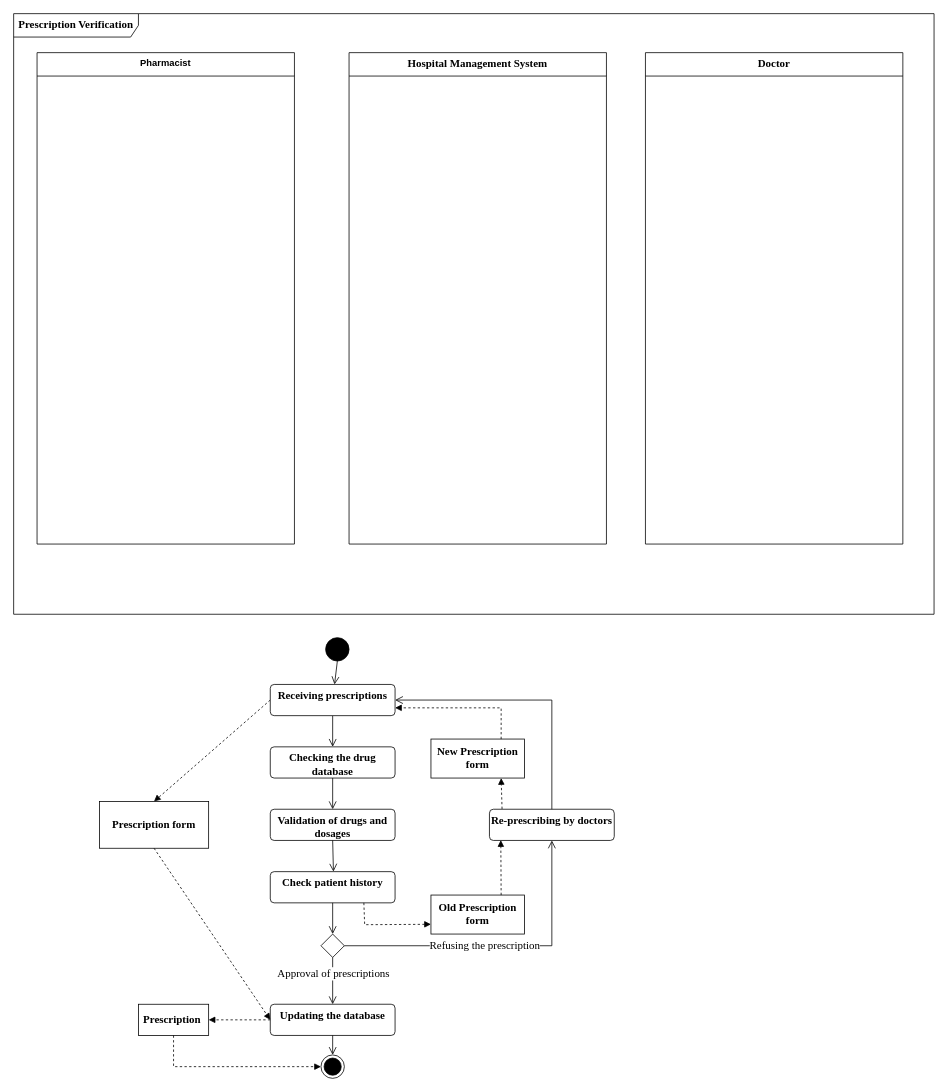
Earlier version of the draw.io diagram Activity Diagram.drawio (FOMOKN/Software-Engineering). Source tidied: cells renumbered, new cells numbered last; positions are measured from the earlier drawing's top-left corner, leaving out a move shared by most shapes. Both pictures are drawn from the tidied source at 78%, with x=0, y=0 at pixel (13, 13).
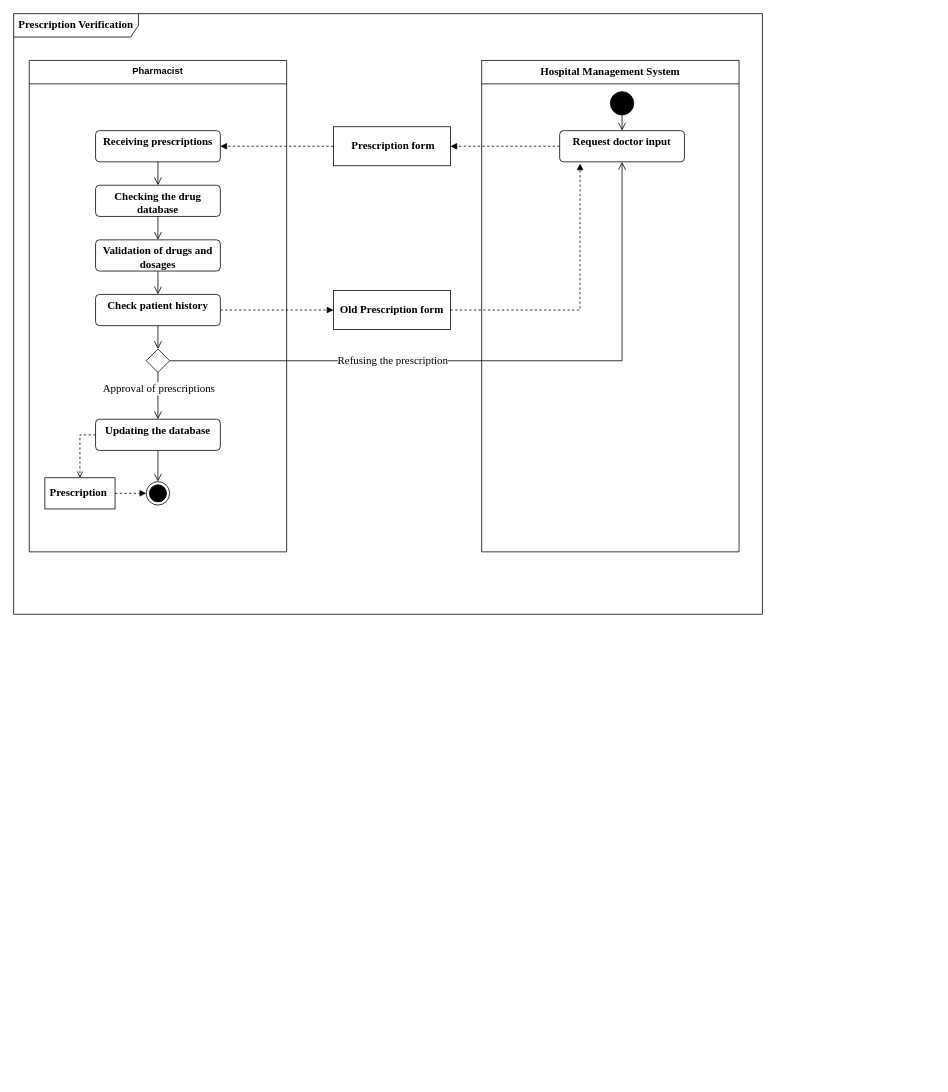
After the change.

What changed in the source:
```diff
@@
+    <mxCell id="32" value="&lt;font size=&quot;1&quot; face=&quot;Times New Roman&quot;&gt;&lt;b style=&quot;font-size: 14px;&quot;&gt;Prescription Verification&lt;/b&gt;&lt;/font&gt;" style="shape=umlFrame;whiteSpace=wrap;html=1;width=160;" parent="1" vertex="1">
+      <mxGeometry width="960" height="770" as="geometry" />
+    </mxCell>
+    <mxCell id="35" style="ellipse;fillColor=strokeColor;html=1;" parent="32" vertex="1">
+      <mxGeometry x="765" y="100" width="30" height="30" as="geometry" />
+    </mxCell>
-    <mxCell id="2" value="Checking the drug database" style="html=1;align=center;verticalAlign=top;rounded=1;absoluteArcSize=1;arcSize=10;dashed=0;whiteSpace=wrap;fontFamily=Times New Roman;fontSize=14;fontStyle=1;" parent="1" vertex="1">
-      <mxGeometry x="329" y="940" width="160" height="40" as="geometry" />
+    <mxCell id="2" value="Checking the drug database" style="html=1;align=center;verticalAlign=top;rounded=1;absoluteArcSize=1;arcSize=10;dashed=0;whiteSpace=wrap;fontFamily=Times New Roman;fontSize=14;fontStyle=1;" parent="32" vertex="1">
+      <mxGeometry x="105" y="220" width="160" height="40" as="geometry" />
     </mxCell>
-    <mxCell id="3" value="Validation of drugs and dosages" style="html=1;align=center;verticalAlign=top;rounded=1;absoluteArcSize=1;arcSize=10;dashed=0;whiteSpace=wrap;fontSize=14;fontFamily=Times New Roman;fontStyle=1;" parent="1" vertex="1">
-      <mxGeometry x="329" y="1020" width="160" height="40" as="geometry" />
+    <mxCell id="3" value="Validation of drugs and dosages" style="html=1;align=center;verticalAlign=top;rounded=1;absoluteArcSize=1;arcSize=10;dashed=0;whiteSpace=wrap;fontSize=14;fontFamily=Times New Roman;fontStyle=1;" parent="32" vertex="1">
+      <mxGeometry x="105" y="290" width="160" height="40" as="geometry" />
     </mxCell>
+    <mxCell id="9" style="endArrow=open;startArrow=none;endFill=0;startFill=0;endSize=8;html=1;verticalAlign=bottom;labelBackgroundColor=none;strokeWidth=1;rounded=0;exitX=0.5;exitY=1;exitDx=0;exitDy=0;entryX=0.5;entryY=0;entryDx=0;entryDy=0;" parent="32" edge="1" source="2" target="3">
+      <mxGeometry relative="1" as="geometry" />
+    </mxCell>
+    <mxCell id="37" value="Receiving prescriptions" style="html=1;align=center;verticalAlign=top;rounded=1;absoluteArcSize=1;arcSize=10;dashed=0;whiteSpace=wrap;fontFamily=Times New Roman;fontSize=14;fontStyle=1;" parent="32" vertex="1">
+      <mxGeometry x="105" y="150" width="160" height="40" as="geometry" />
+    </mxCell>
+    <mxCell id="38" style="endArrow=open;startArrow=none;endFill=0;startFill=0;endSize=8;html=1;verticalAlign=bottom;labelBackgroundColor=none;strokeWidth=1;rounded=0;exitX=0.5;exitY=1;exitDx=0;exitDy=0;entryX=0.5;entryY=0;entryDx=0;entryDy=0;" parent="32" edge="1" source="35" target="40">
+      <mxGeometry relative="1" as="geometry" />
+    </mxCell>
+    <mxCell id="8" style="endArrow=open;startArrow=none;endFill=0;startFill=0;endSize=8;html=1;verticalAlign=bottom;labelBackgroundColor=none;strokeWidth=1;rounded=0;exitX=0.5;exitY=1;exitDx=0;exitDy=0;entryX=0.5;entryY=0;entryDx=0;entryDy=0;" parent="32" edge="1" source="37" target="2">
+      <mxGeometry relative="1" as="geometry" />
+    </mxCell>
-    <mxCell id="4" value="Check patient history" style="html=1;align=center;verticalAlign=top;rounded=1;absoluteArcSize=1;arcSize=10;dashed=0;whiteSpace=wrap;fontFamily=Times New Roman;fontSize=14;fontStyle=1;" parent="1" vertex="1">
-      <mxGeometry x="329" y="1100" width="160" height="40" as="geometry" />
+    <mxCell id="4" value="Check patient history" style="html=1;align=center;verticalAlign=top;rounded=1;absoluteArcSize=1;arcSize=10;dashed=0;whiteSpace=wrap;fontFamily=Times New Roman;fontSize=14;fontStyle=1;" parent="32" vertex="1">
+      <mxGeometry x="105" y="360" width="160" height="40" as="geometry" />
     </mxCell>
-    <mxCell id="5" style="ellipse;html=1;shape=endState;fillColor=strokeColor;" parent="1" vertex="1">
-      <mxGeometry x="394" y="1335" width="30" height="30" as="geometry" />
-    </mxCell>
+    <mxCell id="10" style="endArrow=open;startArrow=none;endFill=0;startFill=0;endSize=8;html=1;verticalAlign=bottom;labelBackgroundColor=none;strokeWidth=1;rounded=0;exitX=0.5;exitY=1;exitDx=0;exitDy=0;entryX=0.5;entryY=0;entryDx=0;entryDy=0;" parent="32" edge="1" source="3" target="4">
+      <mxGeometry relative="1" as="geometry" />
+    </mxCell>
-    <mxCell id="6" style="rhombus;" parent="1" vertex="1">
-      <mxGeometry x="394" y="1180" width="30" height="30" as="geometry" />
+    <mxCell id="6" style="rhombus;" parent="32" vertex="1">
+      <mxGeometry x="170" y="430" width="30" height="30" as="geometry" />
     </mxCell>
+    <mxCell id="12" style="endArrow=open;startArrow=none;endFill=0;startFill=0;endSize=8;html=1;verticalAlign=bottom;labelBackgroundColor=none;strokeWidth=1;rounded=0;exitX=0.5;exitY=1;exitDx=0;exitDy=0;entryX=0.5;entryY=0;entryDx=0;entryDy=0;" parent="32" edge="1" source="4" target="6">
+      <mxGeometry relative="1" as="geometry" />
+    </mxCell>
-    <mxCell id="7" value="Updating the database" style="html=1;align=center;verticalAlign=top;rounded=1;absoluteArcSize=1;arcSize=10;dashed=0;whiteSpace=wrap;fontFamily=Times New Roman;fontSize=14;fontStyle=1;" parent="1" vertex="1">
-      <mxGeometry x="329" y="1270" width="160" height="40" as="geometry" />
+    <mxCell id="7" value="Updating the database" style="html=1;align=center;verticalAlign=top;rounded=1;absoluteArcSize=1;arcSize=10;dashed=0;whiteSpace=wrap;fontFamily=Times New Roman;fontSize=14;fontStyle=1;" parent="32" vertex="1">
+      <mxGeometry x="105" y="520" width="160" height="40" as="geometry" />
     </mxCell>
-    <mxCell id="8" style="endArrow=open;startArrow=none;endFill=0;startFill=0;endSize=8;html=1;verticalAlign=bottom;labelBackgroundColor=none;strokeWidth=1;rounded=0;exitX=0.5;exitY=1;exitDx=0;exitDy=0;entryX=0.5;entryY=0;entryDx=0;entryDy=0;" parent="1" edge="1" target="2">
-      <mxGeometry relative="1" as="geometry">
-        <mxPoint x="409" y="900" as="sourcePoint" />
-      </mxGeometry>
-    </mxCell>
-    <mxCell id="9" style="endArrow=open;startArrow=none;endFill=0;startFill=0;endSize=8;html=1;verticalAlign=bottom;labelBackgroundColor=none;strokeWidth=1;rounded=0;exitX=0.5;exitY=1;exitDx=0;exitDy=0;entryX=0.5;entryY=0;entryDx=0;entryDy=0;" parent="1" edge="1" source="2" target="3">
-      <mxGeometry relative="1" as="geometry" />
-    </mxCell>
-    <mxCell id="10" style="endArrow=open;startArrow=none;endFill=0;startFill=0;endSize=8;html=1;verticalAlign=bottom;labelBackgroundColor=none;strokeWidth=1;rounded=0;exitX=0.5;exitY=1;exitDx=0;exitDy=0;" parent="1" edge="1" source="3">
-      <mxGeometry relative="1" as="geometry">
-        <mxPoint x="410" y="1100" as="targetPoint" />
-      </mxGeometry>
-    </mxCell>
-    <mxCell id="11" style="endArrow=open;startArrow=none;endFill=0;startFill=0;endSize=8;html=1;verticalAlign=bottom;labelBackgroundColor=none;strokeWidth=1;rounded=0;exitX=0.5;exitY=1;exitDx=0;exitDy=0;" parent="1" edge="1" source="35">
-      <mxGeometry relative="1" as="geometry">
-        <mxPoint x="411.4" y="860" as="targetPoint" />
-      </mxGeometry>
-    </mxCell>
-    <mxCell id="12" style="endArrow=open;startArrow=none;endFill=0;startFill=0;endSize=8;html=1;verticalAlign=bottom;labelBackgroundColor=none;strokeWidth=1;rounded=0;exitX=0.5;exitY=1;exitDx=0;exitDy=0;entryX=0.5;entryY=0;entryDx=0;entryDy=0;" parent="1" edge="1" source="4" target="6">
-      <mxGeometry relative="1" as="geometry" />
-    </mxCell>
-    <mxCell id="13" style="endArrow=open;startArrow=none;endFill=0;startFill=0;endSize=8;html=1;verticalAlign=bottom;labelBackgroundColor=none;strokeWidth=1;rounded=0;exitX=0.5;exitY=1;exitDx=0;exitDy=0;entryX=0.5;entryY=0;entryDx=0;entryDy=0;" parent="1" edge="1" source="6" target="7">
+    <mxCell id="13" style="endArrow=open;startArrow=none;endFill=0;startFill=0;endSize=8;html=1;verticalAlign=bottom;labelBackgroundColor=none;strokeWidth=1;rounded=0;exitX=0.5;exitY=1;exitDx=0;exitDy=0;entryX=0.5;entryY=0;entryDx=0;entryDy=0;" parent="32" edge="1" source="6" target="7">
       <mxGeometry relative="1" as="geometry" />
     </mxCell>
@@
+    <mxCell id="5" style="ellipse;html=1;shape=endState;fillColor=strokeColor;" parent="32" vertex="1">
+      <mxGeometry x="170" y="600" width="30" height="30" as="geometry" />
+    </mxCell>
-    <mxCell id="15" style="endArrow=open;startArrow=none;endFill=0;startFill=0;endSize=8;html=1;verticalAlign=bottom;labelBackgroundColor=none;strokeWidth=1;rounded=0;exitX=0.5;exitY=1;exitDx=0;exitDy=0;entryX=0.5;entryY=0;entryDx=0;entryDy=0;" parent="1" edge="1" source="7" target="5">
+    <mxCell id="15" style="endArrow=open;startArrow=none;endFill=0;startFill=0;endSize=8;html=1;verticalAlign=bottom;labelBackgroundColor=none;strokeWidth=1;rounded=0;exitX=0.5;exitY=1;exitDx=0;exitDy=0;entryX=0.5;entryY=0;entryDx=0;entryDy=0;" parent="32" edge="1" source="7" target="5">
       <mxGeometry relative="1" as="geometry" />
     </mxCell>
+    <mxCell id="26" value="&lt;font style=&quot;font-size: 14px;&quot; face=&quot;Times New Roman&quot;&gt;&lt;b&gt;Old Prescription form&lt;/b&gt;&lt;/font&gt;" style="html=1;align=center;verticalAlign=middle;rounded=0;absoluteArcSize=1;arcSize=10;dashed=0;whiteSpace=wrap;" parent="32" vertex="1">
+      <mxGeometry x="410" y="355" width="150" height="50" as="geometry" />
+    </mxCell>
+    <mxCell id="27" style="html=1;verticalAlign=bottom;labelBackgroundColor=none;endArrow=block;endFill=1;dashed=1;rounded=0;exitX=1;exitY=0.5;exitDx=0;exitDy=0;entryX=0;entryY=0.5;entryDx=0;entryDy=0;" parent="32" edge="1" source="4" target="26">
+      <mxGeometry relative="1" as="geometry" />
+    </mxCell>
-    <mxCell id="16" style="endArrow=open;startArrow=none;endFill=0;startFill=0;endSize=8;html=1;verticalAlign=bottom;labelBackgroundColor=none;strokeWidth=1;rounded=0;exitX=1;exitY=0.5;exitDx=0;exitDy=0;entryX=0.5;entryY=1;entryDx=0;entryDy=0;" parent="1" edge="1" source="6" target="24">
+    <mxCell id="16" style="endArrow=open;startArrow=none;endFill=0;startFill=0;endSize=8;html=1;verticalAlign=bottom;labelBackgroundColor=none;strokeWidth=1;rounded=0;exitX=1;exitY=0.5;exitDx=0;exitDy=0;entryX=0.5;entryY=1;entryDx=0;entryDy=0;" parent="32" edge="1" source="6" target="40">
       <mxGeometry relative="1" as="geometry">
         <Array as="points">
-          <mxPoint x="690" y="1195" />
+          <mxPoint x="780" y="445" />
         </Array>
       </mxGeometry>
     </mxCell>
     <mxCell id="17" value="Refusing the prescription" style="edgeLabel;html=1;align=center;verticalAlign=middle;fontSize=14;fontFamily=Times New Roman;" parent="16" vertex="1">
       <mxGeometry x="-0.16" relative="1" as="geometry">
-        <mxPoint x="11" as="offset" />
+        <mxPoint x="-66" as="offset" />
       </mxGeometry>
     </mxCell>
-    <mxCell id="18" value="&lt;font style=&quot;font-size: 14px;&quot; face=&quot;Times New Roman&quot;&gt;&lt;b&gt;Prescription form&lt;/b&gt;&lt;/font&gt;" style="html=1;align=center;verticalAlign=middle;rounded=0;absoluteArcSize=1;arcSize=10;dashed=0;whiteSpace=wrap;" parent="1" vertex="1">
-      <mxGeometry x="110" y="1010" width="140" height="60" as="geometry" />
+    <mxCell id="18" value="&lt;font style=&quot;font-size: 14px;&quot; face=&quot;Times New Roman&quot;&gt;&lt;b&gt;&amp;nbsp;Prescription form&lt;/b&gt;&lt;/font&gt;" style="html=1;align=center;verticalAlign=middle;rounded=0;absoluteArcSize=1;arcSize=10;dashed=0;whiteSpace=wrap;" parent="32" vertex="1">
+      <mxGeometry x="410" y="145" width="150" height="50" as="geometry" />
     </mxCell>
-    <mxCell id="19" style="html=1;verticalAlign=bottom;labelBackgroundColor=none;endArrow=block;endFill=1;dashed=1;rounded=0;exitX=0;exitY=0.5;exitDx=0;exitDy=0;entryX=0.5;entryY=0;entryDx=0;entryDy=0;" parent="1" edge="1" target="18">
-      <mxGeometry relative="1" as="geometry">
-        <mxPoint x="329" y="880" as="sourcePoint" />
-      </mxGeometry>
-    </mxCell>
-    <mxCell id="20" style="html=1;verticalAlign=bottom;labelBackgroundColor=none;endArrow=block;endFill=1;dashed=1;rounded=0;exitX=0.5;exitY=1;exitDx=0;exitDy=0;entryX=0;entryY=0.5;entryDx=0;entryDy=0;" parent="1" edge="1" source="18" target="7">
-      <mxGeometry relative="1" as="geometry" />
-    </mxCell>
+    <mxCell id="39" style="html=1;verticalAlign=bottom;labelBackgroundColor=none;endArrow=block;endFill=1;dashed=1;rounded=0;exitX=0;exitY=0.5;exitDx=0;exitDy=0;entryX=1;entryY=0.5;entryDx=0;entryDy=0;" parent="32" edge="1" source="18" target="37">
+      <mxGeometry relative="1" as="geometry" />
+    </mxCell>
+    <mxCell id="22" value="&lt;font style=&quot;font-size: 14px;&quot; face=&quot;Times New Roman&quot;&gt;&lt;b&gt;Prescription&amp;nbsp;&lt;/b&gt;&lt;/font&gt;" style="html=1;align=center;verticalAlign=middle;rounded=0;absoluteArcSize=1;arcSize=10;dashed=0;whiteSpace=wrap;" parent="32" vertex="1">
+      <mxGeometry x="40" y="595" width="90" height="40" as="geometry" />
+    </mxCell>
-    <mxCell id="21" style="html=1;verticalAlign=bottom;labelBackgroundColor=none;endArrow=block;endFill=1;dashed=1;rounded=0;exitX=0;exitY=0.5;exitDx=0;exitDy=0;entryX=1;entryY=0.5;entryDx=0;entryDy=0;" parent="1" edge="1" source="7" target="22">
-      <mxGeometry relative="1" as="geometry" />
+    <mxCell id="21" style="html=1;verticalAlign=bottom;labelBackgroundColor=none;endArrow=open;endFill=0;dashed=1;rounded=0;exitX=0;exitY=0.5;exitDx=0;exitDy=0;entryX=0.5;entryY=0;entryDx=0;entryDy=0;" parent="32" edge="1" source="7" target="22">
+      <mxGeometry relative="1" as="geometry">
+        <Array as="points">
+          <mxPoint x="85" y="540" />
+        </Array>
+      </mxGeometry>
     </mxCell>
-    <mxCell id="22" value="&lt;font style=&quot;font-size: 14px;&quot; face=&quot;Times New Roman&quot;&gt;&lt;b&gt;Prescription&amp;nbsp;&lt;/b&gt;&lt;/font&gt;" style="html=1;align=center;verticalAlign=middle;rounded=0;absoluteArcSize=1;arcSize=10;dashed=0;whiteSpace=wrap;" parent="1" vertex="1">
-      <mxGeometry x="160" y="1270" width="90" height="40" as="geometry" />
-    </mxCell>
-    <mxCell id="23" style="html=1;verticalAlign=bottom;labelBackgroundColor=none;endArrow=block;endFill=1;dashed=1;rounded=0;exitX=0.5;exitY=1;exitDx=0;exitDy=0;entryX=0;entryY=0.5;entryDx=0;entryDy=0;" parent="1" edge="1" source="22" target="5">
-      <mxGeometry relative="1" as="geometry">
-        <Array as="points">
-          <mxPoint x="205" y="1350" />
-        </Array>
-      </mxGeometry>
+    <mxCell id="23" style="html=1;verticalAlign=bottom;labelBackgroundColor=none;endArrow=block;endFill=1;dashed=1;rounded=0;exitX=1;exitY=0.5;exitDx=0;exitDy=0;entryX=0;entryY=0.5;entryDx=0;entryDy=0;" parent="32" edge="1" source="22" target="5">
+      <mxGeometry relative="1" as="geometry" />
     </mxCell>
-    <mxCell id="24" value="Re-prescribing by doctors" style="html=1;align=center;verticalAlign=top;rounded=1;absoluteArcSize=1;arcSize=10;dashed=0;whiteSpace=wrap;fontSize=14;fontFamily=Times New Roman;fontStyle=1;" parent="1" vertex="1">
-      <mxGeometry x="610" y="1020" width="160" height="40" as="geometry" />
-    </mxCell>
-    <mxCell id="25" style="endArrow=open;startArrow=none;endFill=0;startFill=0;endSize=8;html=1;verticalAlign=bottom;labelBackgroundColor=none;strokeWidth=1;rounded=0;exitX=0.5;exitY=0;exitDx=0;exitDy=0;entryX=1;entryY=0.5;entryDx=0;entryDy=0;" parent="1" edge="1" source="24">
-      <mxGeometry relative="1" as="geometry">
-        <mxPoint x="489" y="880" as="targetPoint" />
-        <Array as="points">
-          <mxPoint x="690" y="880" />
-        </Array>
-      </mxGeometry>
-    </mxCell>
-    <mxCell id="26" value="&lt;font style=&quot;font-size: 14px;&quot; face=&quot;Times New Roman&quot;&gt;&lt;b&gt;Old Prescription form&lt;/b&gt;&lt;/font&gt;" style="html=1;align=center;verticalAlign=middle;rounded=0;absoluteArcSize=1;arcSize=10;dashed=0;whiteSpace=wrap;" parent="1" vertex="1">
-      <mxGeometry x="535" y="1130" width="120" height="50" as="geometry" />
-    </mxCell>
-    <mxCell id="27" style="html=1;verticalAlign=bottom;labelBackgroundColor=none;endArrow=block;endFill=1;dashed=1;rounded=0;exitX=0.75;exitY=1;exitDx=0;exitDy=0;entryX=0;entryY=0.75;entryDx=0;entryDy=0;" parent="1" edge="1" source="4" target="26">
-      <mxGeometry relative="1" as="geometry">
-        <Array as="points">
-          <mxPoint x="450" y="1168" />
-        </Array>
-      </mxGeometry>
-    </mxCell>
-    <mxCell id="28" style="html=1;verticalAlign=bottom;labelBackgroundColor=none;endArrow=block;endFill=1;dashed=1;rounded=0;entryX=0.091;entryY=0.99;entryDx=0;entryDy=0;exitX=0.75;exitY=0;exitDx=0;exitDy=0;entryPerimeter=0;" parent="1" edge="1" source="26" target="24">
-      <mxGeometry relative="1" as="geometry" />
-    </mxCell>
-    <mxCell id="29" value="&lt;font style=&quot;font-size: 14px;&quot; face=&quot;Times New Roman&quot;&gt;&lt;b&gt;New Prescription form&lt;/b&gt;&lt;/font&gt;" style="html=1;align=center;verticalAlign=middle;rounded=0;absoluteArcSize=1;arcSize=10;dashed=0;whiteSpace=wrap;" parent="1" vertex="1">
-      <mxGeometry x="535" y="930" width="120" height="50" as="geometry" />
-    </mxCell>
-    <mxCell id="30" style="html=1;verticalAlign=bottom;labelBackgroundColor=none;endArrow=block;endFill=1;dashed=1;rounded=0;entryX=0.75;entryY=1;entryDx=0;entryDy=0;exitX=0.101;exitY=-0.01;exitDx=0;exitDy=0;exitPerimeter=0;" parent="1" edge="1" source="24" target="29">
-      <mxGeometry relative="1" as="geometry" />
-    </mxCell>
-    <mxCell id="31" style="html=1;verticalAlign=bottom;labelBackgroundColor=none;endArrow=block;endFill=1;dashed=1;rounded=0;exitX=0.75;exitY=0;exitDx=0;exitDy=0;entryX=1;entryY=0.75;entryDx=0;entryDy=0;" parent="1" edge="1" source="29">
-      <mxGeometry relative="1" as="geometry">
-        <mxPoint x="489" y="890" as="targetPoint" />
-        <Array as="points">
-          <mxPoint x="625" y="890" />
-        </Array>
-      </mxGeometry>
-    </mxCell>
-    <mxCell id="32" value="&lt;font size=&quot;1&quot; face=&quot;Times New Roman&quot;&gt;&lt;b style=&quot;font-size: 14px;&quot;&gt;Prescription Verification&lt;/b&gt;&lt;/font&gt;" style="shape=umlFrame;whiteSpace=wrap;html=1;width=160;" parent="1" vertex="1">
-      <mxGeometry width="1180" height="770" as="geometry" />
-    </mxCell>
+    <mxCell id="40" value="Request doctor input" style="html=1;align=center;verticalAlign=top;rounded=1;absoluteArcSize=1;arcSize=10;dashed=0;whiteSpace=wrap;fontFamily=Times New Roman;fontSize=14;fontStyle=1;" parent="32" vertex="1">
+      <mxGeometry x="700" y="150" width="160" height="40" as="geometry" />
+    </mxCell>
+    <mxCell id="41" style="html=1;verticalAlign=bottom;labelBackgroundColor=none;endArrow=block;endFill=1;dashed=1;rounded=0;entryX=1;entryY=0.5;entryDx=0;entryDy=0;exitX=0;exitY=0.5;exitDx=0;exitDy=0;" parent="32" edge="1" source="40" target="18">
+      <mxGeometry relative="1" as="geometry" />
+    </mxCell>
+    <mxCell id="42" style="html=1;verticalAlign=bottom;labelBackgroundColor=none;endArrow=block;endFill=1;dashed=1;rounded=0;exitX=1;exitY=0.5;exitDx=0;exitDy=0;entryX=0.164;entryY=1.053;entryDx=0;entryDy=0;entryPerimeter=0;" parent="32" edge="1" source="26" target="40">
+      <mxGeometry relative="1" as="geometry">
+        <Array as="points">
+          <mxPoint x="726" y="380" />
+        </Array>
+      </mxGeometry>
+    </mxCell>
     <mxCell id="33" value="Pharmacist" style="swimlane;fontStyle=1;align=center;verticalAlign=top;horizontal=1;startSize=30;html=1;whiteSpace=wrap;" parent="32" vertex="1">
-      <mxGeometry x="30" y="50" width="330" height="630" as="geometry" />
+      <mxGeometry x="20" y="60" width="330" height="630" as="geometry" />
     </mxCell>
     <mxCell id="34" value="&lt;b style=&quot;border-color: var(--border-color); font-family: &amp;quot;Times New Roman&amp;quot;; font-size: 14px;&quot;&gt;Hospital Management System&lt;/b&gt;" style="swimlane;fontStyle=1;align=center;verticalAlign=top;horizontal=1;startSize=30;html=1;whiteSpace=wrap;" parent="32" vertex="1">
-      <mxGeometry x="430" y="50" width="330" height="630" as="geometry" />
+      <mxGeometry x="600" y="60" width="330" height="630" as="geometry" />
     </mxCell>
-    <mxCell id="35" style="ellipse;fillColor=strokeColor;html=1;" parent="1" vertex="1">
-      <mxGeometry x="400" y="800" width="30" height="30" as="geometry" />
-    </mxCell>
-    <mxCell id="36" value="&lt;font face=&quot;Times New Roman&quot;&gt;&lt;span style=&quot;font-size: 14px;&quot;&gt;Doctor&lt;/span&gt;&lt;/font&gt;" style="swimlane;fontStyle=1;align=center;verticalAlign=top;horizontal=1;startSize=30;html=1;whiteSpace=wrap;" parent="1" vertex="1">
-      <mxGeometry x="810" y="50" width="330" height="630" as="geometry" />
-    </mxCell>
-    <mxCell id="37" value="Receiving prescriptions" style="html=1;align=center;verticalAlign=top;rounded=1;absoluteArcSize=1;arcSize=10;dashed=0;whiteSpace=wrap;fontFamily=Times New Roman;fontSize=14;fontStyle=1;" parent="1" vertex="1">
-      <mxGeometry x="329" y="860" width="160" height="40" as="geometry" />
-    </mxCell>
```
